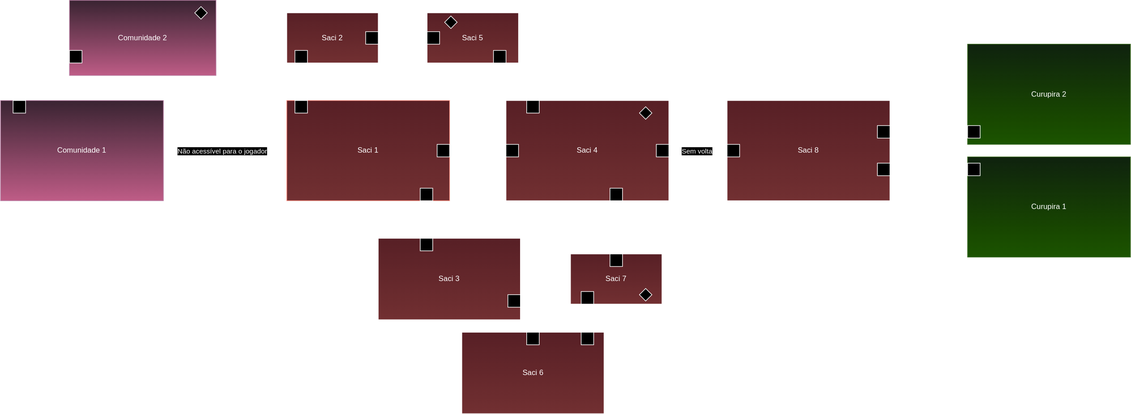
Before: Imagens/EstruturaDeMapas.drawio.svg, a diagram exported from draw.io (VLR03/LegadosAncestraisDossie). Source tidied: cells renumbered, new cells last; positions are measured from the earlier drawing's top-left corner, leaving out a move shared by most shapes. Source of this version:
```xml
<mxGraphModel>
  <root>
    <mxCell id="0" />
    <mxCell id="1" parent="0" />
    <mxCell id="2" style="edgeStyle=orthogonalEdgeStyle;rounded=0;jettySize=auto;html=1;exitX=1;exitY=0.5;exitDx=0;exitDy=0;" parent="1" edge="1" source="4" target="10">
      <mxGeometry relative="1" as="geometry" />
    </mxCell>
    <mxCell id="3" value="Não acessível para o jogador" style="edgeLabel;html=1;align=center;verticalAlign=middle;" parent="2" vertex="1">
      <mxGeometry x="-0.12" y="-2" relative="1" as="geometry">
        <mxPoint x="6" y="-2" as="offset" />
      </mxGeometry>
    </mxCell>
    <mxCell id="4" value="Comunidade 1" style="rounded=0;whiteSpace=wrap;html=1;fillColor=#e6d0de;strokeColor=#996185;gradientColor=#d5739d;" parent="1" vertex="1">
      <mxGeometry y="160" width="260" height="160" as="geometry" />
    </mxCell>
    <mxCell id="5" style="edgeStyle=orthogonalEdgeStyle;rounded=0;jettySize=auto;html=1;exitX=0.5;exitY=0;exitDx=0;exitDy=0;entryX=0;entryY=0.5;entryDx=0;entryDy=0;startArrow=classic;startFill=1;" parent="1" edge="1" source="6" target="8">
      <mxGeometry relative="1" as="geometry" />
    </mxCell>
    <mxCell id="6" style="rounded=0;whiteSpace=wrap;html=1;gradientColor=none;" parent="1" vertex="1">
      <mxGeometry x="20" y="160" width="20" height="20" as="geometry" />
    </mxCell>
    <mxCell id="7" value="Comunidade 2" style="rounded=0;whiteSpace=wrap;html=1;fillColor=#e6d0de;strokeColor=#996185;gradientColor=#d5739d;" parent="1" vertex="1">
      <mxGeometry x="110" width="234" height="120" as="geometry" />
    </mxCell>
    <mxCell id="8" style="rounded=0;whiteSpace=wrap;html=1;" parent="1" vertex="1">
      <mxGeometry x="110" y="80" width="20" height="20" as="geometry" />
    </mxCell>
    <mxCell id="9" style="rhombus;whiteSpace=wrap;html=1;" parent="1" vertex="1">
      <mxGeometry x="310" y="10" width="20" height="20" as="geometry" />
    </mxCell>
    <mxCell id="10" value="Saci 1" style="rounded=0;whiteSpace=wrap;html=1;fillColor=#FFC7CD;strokeColor=#ae4132;gradientColor=#F5B3B5;" parent="1" vertex="1">
      <mxGeometry x="457" y="160" width="260" height="160" as="geometry" />
    </mxCell>
    <mxCell id="11" style="edgeStyle=orthogonalEdgeStyle;rounded=0;jettySize=auto;html=1;exitX=0.5;exitY=0;exitDx=0;exitDy=0;entryX=0.5;entryY=1;entryDx=0;entryDy=0;startArrow=classic;startFill=1;" parent="1" edge="1" source="12" target="18">
      <mxGeometry relative="1" as="geometry" />
    </mxCell>
    <mxCell id="12" style="rounded=0;whiteSpace=wrap;html=1;" parent="1" vertex="1">
      <mxGeometry x="470" y="160" width="20" height="20" as="geometry" />
    </mxCell>
    <mxCell id="13" style="edgeStyle=orthogonalEdgeStyle;rounded=0;jettySize=auto;html=1;exitX=0.5;exitY=1;exitDx=0;exitDy=0;entryX=0.5;entryY=0;entryDx=0;entryDy=0;startArrow=classic;startFill=1;" parent="1" edge="1" source="14" target="20">
      <mxGeometry relative="1" as="geometry" />
    </mxCell>
    <mxCell id="14" style="rounded=0;whiteSpace=wrap;html=1;" parent="1" vertex="1">
      <mxGeometry x="670" y="300" width="20" height="20" as="geometry" />
    </mxCell>
    <mxCell id="15" style="edgeStyle=orthogonalEdgeStyle;rounded=0;jettySize=auto;html=1;exitX=1;exitY=0.5;exitDx=0;exitDy=0;entryX=0;entryY=0.5;entryDx=0;entryDy=0;startArrow=classic;startFill=1;" parent="1" edge="1" source="16" target="22">
      <mxGeometry relative="1" as="geometry" />
    </mxCell>
    <mxCell id="16" style="rounded=0;whiteSpace=wrap;html=1;" parent="1" vertex="1">
      <mxGeometry x="697" y="230" width="20" height="20" as="geometry" />
    </mxCell>
    <mxCell id="17" value="Saci&amp;nbsp;2" style="rounded=0;whiteSpace=wrap;html=1;gradientColor=#F5B3B5;fillColor=#FFC7CD;" parent="1" vertex="1">
      <mxGeometry x="457" y="20" width="146" height="80" as="geometry" />
    </mxCell>
    <mxCell id="18" style="rounded=0;whiteSpace=wrap;html=1;" parent="1" vertex="1">
      <mxGeometry x="470" y="80" width="20" height="20" as="geometry" />
    </mxCell>
    <mxCell id="19" value="Saci&amp;nbsp;3" style="rounded=0;whiteSpace=wrap;html=1;gradientColor=#F5B3B5;fillColor=#FFC7CD;" parent="1" vertex="1">
      <mxGeometry x="603" y="380" width="227" height="130" as="geometry" />
    </mxCell>
    <mxCell id="20" style="rounded=0;whiteSpace=wrap;html=1;" parent="1" vertex="1">
      <mxGeometry x="670" y="380" width="20" height="20" as="geometry" />
    </mxCell>
    <mxCell id="21" value="Saci 4" style="rounded=0;whiteSpace=wrap;html=1;gradientColor=#F5B3B5;fillColor=#FFC7CD;" parent="1" vertex="1">
      <mxGeometry x="807" y="160" width="260" height="160" as="geometry" />
    </mxCell>
    <mxCell id="22" style="rounded=0;whiteSpace=wrap;html=1;" parent="1" vertex="1">
      <mxGeometry x="807" y="230" width="20" height="20" as="geometry" />
    </mxCell>
    <mxCell id="23" value="Saci 5" style="rounded=0;whiteSpace=wrap;html=1;gradientColor=#F5B3B5;fillColor=#FFC7CD;" parent="1" vertex="1">
      <mxGeometry x="681" y="20" width="146" height="80" as="geometry" />
    </mxCell>
    <mxCell id="24" style="rounded=0;whiteSpace=wrap;html=1;" parent="1" vertex="1">
      <mxGeometry x="681" y="50" width="20" height="20" as="geometry" />
    </mxCell>
    <mxCell id="25" style="edgeStyle=orthogonalEdgeStyle;rounded=0;jettySize=auto;html=1;exitX=1;exitY=0.5;exitDx=0;exitDy=0;entryX=0;entryY=0.5;entryDx=0;entryDy=0;startArrow=classic;startFill=1;" parent="1" edge="1" source="26" target="24">
      <mxGeometry relative="1" as="geometry" />
    </mxCell>
    <mxCell id="26" style="rounded=0;whiteSpace=wrap;html=1;" parent="1" vertex="1">
      <mxGeometry x="583" y="50" width="20" height="20" as="geometry" />
    </mxCell>
    <mxCell id="27" style="rounded=0;whiteSpace=wrap;html=1;" parent="1" vertex="1">
      <mxGeometry x="840" y="160" width="20" height="20" as="geometry" />
    </mxCell>
    <mxCell id="28" style="edgeStyle=orthogonalEdgeStyle;rounded=0;jettySize=auto;html=1;exitX=0.5;exitY=1;exitDx=0;exitDy=0;entryX=0.5;entryY=0;entryDx=0;entryDy=0;startArrow=classic;startFill=1;" parent="1" edge="1" source="29" target="27">
      <mxGeometry relative="1" as="geometry" />
    </mxCell>
    <mxCell id="29" style="rounded=0;whiteSpace=wrap;html=1;" parent="1" vertex="1">
      <mxGeometry x="787" y="80" width="20" height="20" as="geometry" />
    </mxCell>
    <mxCell id="30" style="rhombus;whiteSpace=wrap;html=1;" parent="1" vertex="1">
      <mxGeometry x="709" y="25" width="20" height="20" as="geometry" />
    </mxCell>
    <mxCell id="31" value="Saci 6" style="rounded=0;whiteSpace=wrap;html=1;gradientColor=#F5B3B5;fillColor=#FFC7CD;" parent="1" vertex="1">
      <mxGeometry x="736.5" y="530" width="227" height="130" as="geometry" />
    </mxCell>
    <mxCell id="32" style="edgeStyle=orthogonalEdgeStyle;rounded=0;jettySize=auto;html=1;exitX=1;exitY=0.5;exitDx=0;exitDy=0;entryX=0.5;entryY=0;entryDx=0;entryDy=0;startArrow=classic;startFill=1;" parent="1" edge="1" source="33" target="34">
      <mxGeometry relative="1" as="geometry" />
    </mxCell>
    <mxCell id="33" style="rounded=0;whiteSpace=wrap;html=1;" parent="1" vertex="1">
      <mxGeometry x="810" y="470" width="20" height="20" as="geometry" />
    </mxCell>
    <mxCell id="34" style="rounded=0;whiteSpace=wrap;html=1;" parent="1" vertex="1">
      <mxGeometry x="840" y="530" width="20" height="20" as="geometry" />
    </mxCell>
    <mxCell id="35" value="Saci 7" style="rounded=0;whiteSpace=wrap;html=1;gradientColor=#F5B3B5;fillColor=#FFC7CD;" parent="1" vertex="1">
      <mxGeometry x="910" y="405" width="146" height="80" as="geometry" />
    </mxCell>
    <mxCell id="36" style="edgeStyle=orthogonalEdgeStyle;rounded=0;jettySize=auto;html=1;exitX=0.5;exitY=0;exitDx=0;exitDy=0;entryX=0.5;entryY=1;entryDx=0;entryDy=0;startArrow=classic;startFill=1;" parent="1" edge="1" source="37" target="38">
      <mxGeometry relative="1" as="geometry" />
    </mxCell>
    <mxCell id="37" style="rounded=0;whiteSpace=wrap;html=1;" parent="1" vertex="1">
      <mxGeometry x="927" y="530" width="20" height="20" as="geometry" />
    </mxCell>
    <mxCell id="38" style="rounded=0;whiteSpace=wrap;html=1;" parent="1" vertex="1">
      <mxGeometry x="927" y="465" width="20" height="20" as="geometry" />
    </mxCell>
    <mxCell id="39" style="edgeStyle=orthogonalEdgeStyle;rounded=0;jettySize=auto;html=1;exitX=0.5;exitY=0;exitDx=0;exitDy=0;entryX=0.5;entryY=1;entryDx=0;entryDy=0;startArrow=classic;startFill=1;" parent="1" edge="1" source="40" target="41">
      <mxGeometry relative="1" as="geometry" />
    </mxCell>
    <mxCell id="40" style="rounded=0;whiteSpace=wrap;html=1;" parent="1" vertex="1">
      <mxGeometry x="973" y="405" width="20" height="20" as="geometry" />
    </mxCell>
    <mxCell id="41" style="rounded=0;whiteSpace=wrap;html=1;" parent="1" vertex="1">
      <mxGeometry x="973" y="300" width="20" height="20" as="geometry" />
    </mxCell>
    <mxCell id="42" style="rhombus;whiteSpace=wrap;html=1;" parent="1" vertex="1">
      <mxGeometry x="1020" y="170" width="20" height="20" as="geometry" />
    </mxCell>
    <mxCell id="43" style="rhombus;whiteSpace=wrap;html=1;" parent="1" vertex="1">
      <mxGeometry x="1020" y="460" width="20" height="20" as="geometry" />
    </mxCell>
    <mxCell id="44" value="Saci 8" style="rounded=0;whiteSpace=wrap;html=1;gradientColor=#F5B3B5;fillColor=#FFC7CD;" parent="1" vertex="1">
      <mxGeometry x="1160" y="160" width="260" height="160" as="geometry" />
    </mxCell>
    <mxCell id="45" style="edgeStyle=orthogonalEdgeStyle;rounded=0;jettySize=auto;html=1;exitX=1;exitY=0.5;exitDx=0;exitDy=0;entryX=0;entryY=0.5;entryDx=0;entryDy=0;" parent="1" edge="1" source="47" target="48">
      <mxGeometry relative="1" as="geometry" />
    </mxCell>
    <mxCell id="46" value="Sem volta" style="edgeLabel;html=1;align=center;verticalAlign=middle;" parent="45" vertex="1">
      <mxGeometry x="-0.25" relative="1" as="geometry">
        <mxPoint x="9" as="offset" />
      </mxGeometry>
    </mxCell>
    <mxCell id="47" style="rounded=0;whiteSpace=wrap;html=1;" parent="1" vertex="1">
      <mxGeometry x="1047" y="230" width="20" height="20" as="geometry" />
    </mxCell>
    <mxCell id="48" style="rounded=0;whiteSpace=wrap;html=1;" parent="1" vertex="1">
      <mxGeometry x="1160" y="230" width="20" height="20" as="geometry" />
    </mxCell>
    <mxCell id="49" value="Curupira 2" style="rounded=0;whiteSpace=wrap;html=1;gradientColor=#97d077;fillColor=#d5e8d4;strokeColor=#82b366;" parent="1" vertex="1">
      <mxGeometry x="1544" y="70" width="260" height="160" as="geometry" />
    </mxCell>
    <mxCell id="50" value="Curupira 1" style="rounded=0;whiteSpace=wrap;html=1;gradientColor=#97d077;fillColor=#d5e8d4;strokeColor=#82b366;" parent="1" vertex="1">
      <mxGeometry x="1544" y="250" width="260" height="160" as="geometry" />
    </mxCell>
    <mxCell id="51" style="edgeStyle=orthogonalEdgeStyle;rounded=0;jettySize=auto;html=1;exitX=1;exitY=0.5;exitDx=0;exitDy=0;entryX=0;entryY=0.5;entryDx=0;entryDy=0;startArrow=classic;startFill=1;" parent="1" edge="1" source="52" target="55">
      <mxGeometry relative="1" as="geometry" />
    </mxCell>
    <mxCell id="52" style="rounded=0;whiteSpace=wrap;html=1;" parent="1" vertex="1">
      <mxGeometry x="1400" y="200" width="20" height="20" as="geometry" />
    </mxCell>
    <mxCell id="53" style="edgeStyle=orthogonalEdgeStyle;rounded=0;jettySize=auto;html=1;exitX=1;exitY=0.5;exitDx=0;exitDy=0;entryX=0;entryY=0.5;entryDx=0;entryDy=0;startArrow=classic;startFill=1;" parent="1" edge="1" source="54" target="56">
      <mxGeometry relative="1" as="geometry" />
    </mxCell>
    <mxCell id="54" style="rounded=0;whiteSpace=wrap;html=1;" parent="1" vertex="1">
      <mxGeometry x="1400" y="260" width="20" height="20" as="geometry" />
    </mxCell>
    <mxCell id="55" style="rounded=0;whiteSpace=wrap;html=1;" parent="1" vertex="1">
      <mxGeometry x="1544" y="200" width="20" height="20" as="geometry" />
    </mxCell>
    <mxCell id="56" style="rounded=0;whiteSpace=wrap;html=1;" parent="1" vertex="1">
      <mxGeometry x="1544" y="260" width="20" height="20" as="geometry" />
    </mxCell>
  </root>
</mxGraphModel>
```
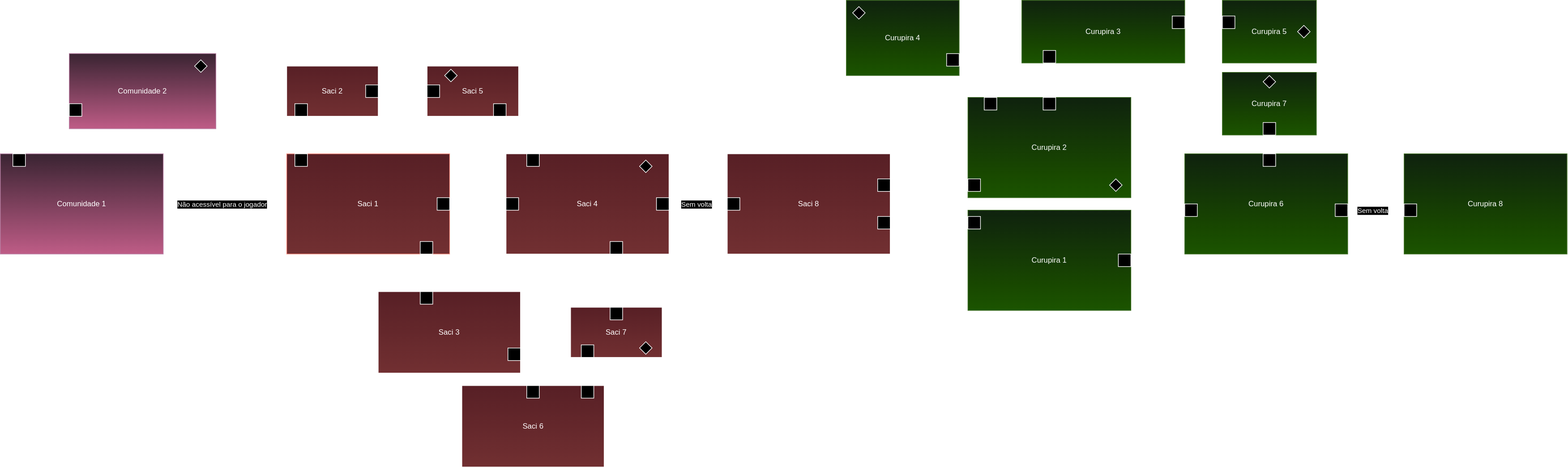
After the change.

Commit message:
Atualizacao estrutura de mapas | Curupira

What changed in the source:
```diff
@@ -171,5 +171,94 @@
     <mxCell id="56" style="rounded=0;whiteSpace=wrap;html=1;" parent="1" vertex="1">
       <mxGeometry x="1544" y="260" width="20" height="20" as="geometry" />
     </mxCell>
+    <mxCell id="57" style="rhombus;whiteSpace=wrap;html=1;" parent="1" vertex="1">
+      <mxGeometry x="1770" y="200" width="20" height="20" as="geometry" />
+    </mxCell>
+    <mxCell id="58" style="edgeStyle=orthogonalEdgeStyle;rounded=0;jettySize=auto;html=1;exitX=0.5;exitY=0;exitDx=0;exitDy=0;entryX=1;entryY=0.5;entryDx=0;entryDy=0;startArrow=classic;startFill=1;" parent="1" edge="1" source="59" target="64">
+      <mxGeometry relative="1" as="geometry" />
+    </mxCell>
+    <mxCell id="59" style="rounded=0;whiteSpace=wrap;html=1;" parent="1" vertex="1">
+      <mxGeometry x="1570" y="70" width="20" height="20" as="geometry" />
+    </mxCell>
+    <mxCell id="60" style="edgeStyle=orthogonalEdgeStyle;rounded=0;jettySize=auto;html=1;exitX=0.5;exitY=0;exitDx=0;exitDy=0;entryX=0.5;entryY=1;entryDx=0;entryDy=0;startArrow=classic;startFill=1;" parent="1" edge="1" source="61" target="65">
+      <mxGeometry relative="1" as="geometry" />
+    </mxCell>
+    <mxCell id="61" style="rounded=0;whiteSpace=wrap;html=1;" parent="1" vertex="1">
+      <mxGeometry x="1664" y="70" width="20" height="20" as="geometry" />
+    </mxCell>
+    <mxCell id="62" value="Curupira 4" style="rounded=0;whiteSpace=wrap;html=1;gradientColor=#97d077;fillColor=#d5e8d4;strokeColor=#82b366;" parent="1" vertex="1">
+      <mxGeometry x="1350" y="-85" width="180" height="120" as="geometry" />
+    </mxCell>
+    <mxCell id="63" value="Curupira 3" style="rounded=0;whiteSpace=wrap;html=1;gradientColor=#97d077;fillColor=#d5e8d4;strokeColor=#82b366;" parent="1" vertex="1">
+      <mxGeometry x="1630" y="-85" width="260" height="100" as="geometry" />
+    </mxCell>
+    <mxCell id="64" style="rounded=0;whiteSpace=wrap;html=1;" parent="1" vertex="1">
+      <mxGeometry x="1510" width="20" height="20" as="geometry" />
+    </mxCell>
+    <mxCell id="65" style="rounded=0;whiteSpace=wrap;html=1;" parent="1" vertex="1">
+      <mxGeometry x="1664" y="-5" width="20" height="20" as="geometry" />
+    </mxCell>
+    <mxCell id="66" style="rhombus;whiteSpace=wrap;html=1;" parent="1" vertex="1">
+      <mxGeometry x="1360" y="-75" width="20" height="20" as="geometry" />
+    </mxCell>
+    <mxCell id="67" value="Curupira 5" style="rounded=0;whiteSpace=wrap;html=1;gradientColor=#97d077;fillColor=#d5e8d4;strokeColor=#82b366;" parent="1" vertex="1">
+      <mxGeometry x="1950" y="-85" width="150" height="100" as="geometry" />
+    </mxCell>
+    <mxCell id="68" style="rounded=0;whiteSpace=wrap;html=1;" parent="1" vertex="1">
+      <mxGeometry x="1950" y="-60" width="20" height="20" as="geometry" />
+    </mxCell>
+    <mxCell id="69" style="edgeStyle=orthogonalEdgeStyle;rounded=0;jettySize=auto;html=1;exitX=1;exitY=0.5;exitDx=0;exitDy=0;entryX=0;entryY=0.5;entryDx=0;entryDy=0;startArrow=classic;startFill=1;" parent="1" edge="1" source="70" target="68">
+      <mxGeometry relative="1" as="geometry" />
+    </mxCell>
+    <mxCell id="70" style="rounded=0;whiteSpace=wrap;html=1;" parent="1" vertex="1">
+      <mxGeometry x="1870" y="-60" width="20" height="20" as="geometry" />
+    </mxCell>
+    <mxCell id="71" style="rhombus;whiteSpace=wrap;html=1;" parent="1" vertex="1">
+      <mxGeometry x="2070" y="-45" width="20" height="20" as="geometry" />
+    </mxCell>
+    <mxCell id="72" style="edgeStyle=orthogonalEdgeStyle;rounded=0;jettySize=auto;html=1;exitX=1;exitY=0.5;exitDx=0;exitDy=0;entryX=0;entryY=0.5;entryDx=0;entryDy=0;startArrow=classic;startFill=1;" parent="1" edge="1" source="73" target="75">
+      <mxGeometry relative="1" as="geometry" />
+    </mxCell>
+    <mxCell id="73" style="rounded=0;whiteSpace=wrap;html=1;" parent="1" vertex="1">
+      <mxGeometry x="1784" y="320" width="20" height="20" as="geometry" />
+    </mxCell>
+    <mxCell id="74" value="Curupira 6" style="rounded=0;whiteSpace=wrap;html=1;gradientColor=#97d077;fillColor=#d5e8d4;strokeColor=#82b366;" parent="1" vertex="1">
+      <mxGeometry x="1890" y="160" width="260" height="160" as="geometry" />
+    </mxCell>
+    <mxCell id="75" style="rounded=0;whiteSpace=wrap;html=1;" parent="1" vertex="1">
+      <mxGeometry x="1890" y="240" width="20" height="20" as="geometry" />
+    </mxCell>
+    <mxCell id="76" style="edgeStyle=orthogonalEdgeStyle;rounded=0;jettySize=auto;html=1;exitX=0.5;exitY=0;exitDx=0;exitDy=0;entryX=0.5;entryY=1;entryDx=0;entryDy=0;startArrow=classic;startFill=1;" parent="1" edge="1" source="77" target="79">
+      <mxGeometry relative="1" as="geometry" />
+    </mxCell>
+    <mxCell id="77" style="rounded=0;whiteSpace=wrap;html=1;" parent="1" vertex="1">
+      <mxGeometry x="2015" y="160" width="20" height="20" as="geometry" />
+    </mxCell>
+    <mxCell id="78" value="Curupira 7" style="rounded=0;whiteSpace=wrap;html=1;gradientColor=#97d077;fillColor=#d5e8d4;strokeColor=#82b366;" parent="1" vertex="1">
+      <mxGeometry x="1950" y="30" width="150" height="100" as="geometry" />
+    </mxCell>
+    <mxCell id="79" style="rounded=0;whiteSpace=wrap;html=1;" parent="1" vertex="1">
+      <mxGeometry x="2015" y="110" width="20" height="20" as="geometry" />
+    </mxCell>
+    <mxCell id="80" style="rhombus;whiteSpace=wrap;html=1;" parent="1" vertex="1">
+      <mxGeometry x="2015" y="35" width="20" height="20" as="geometry" />
+    </mxCell>
+    <mxCell id="81" value="Curupira 8" style="rounded=0;whiteSpace=wrap;html=1;gradientColor=#97d077;fillColor=#d5e8d4;strokeColor=#82b366;" parent="1" vertex="1">
+      <mxGeometry x="2240" y="160" width="260" height="160" as="geometry" />
+    </mxCell>
+    <mxCell id="82" style="edgeStyle=orthogonalEdgeStyle;rounded=0;jettySize=auto;html=1;exitX=1;exitY=0.5;exitDx=0;exitDy=0;entryX=0;entryY=0.5;entryDx=0;entryDy=0;" parent="1" edge="1" source="84" target="85">
+      <mxGeometry relative="1" as="geometry" />
+    </mxCell>
+    <mxCell id="83" value="Sem volta" style="edgeLabel;html=1;align=center;verticalAlign=middle;" parent="82" vertex="1">
+      <mxGeometry x="0.01" relative="1" as="geometry">
+        <mxPoint x="-6" as="offset" />
+      </mxGeometry>
+    </mxCell>
+    <mxCell id="84" style="rounded=0;whiteSpace=wrap;html=1;" parent="1" vertex="1">
+      <mxGeometry x="2130" y="240" width="20" height="20" as="geometry" />
+    </mxCell>
+    <mxCell id="85" style="rounded=0;whiteSpace=wrap;html=1;" parent="1" vertex="1">
+      <mxGeometry x="2240" y="240" width="20" height="20" as="geometry" />
+    </mxCell>
   </root>
 </mxGraphModel>
```
